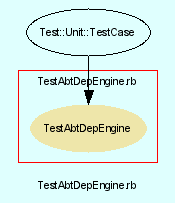
The Graphviz diagram src/trunk/doc/dot/f_9.png in eschabell/abtlinux, before a commit. Its source is kept beside it as src/trunk/doc/dot/f_9.dot.
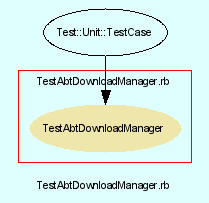
Later version of the same file.

Change to the diagram source:
```diff
@@ -3,24 +3,24 @@
     bgcolor = lightcyan1
     fontname = Arial
     fontsize = 8
-    label = "TestAbtDepEngine.rb"
+    label = "TestAbtDownloadManager.rb"
     node [
         fontname = Arial,
         fontsize = 8,
         color = black
     ]
 
-    subgraph cluster_9 {
+    subgraph cluster_10 {
         fontname = Arial
         color = red
-        label = "TestAbtDepEngine.rb"
-        TestAbtDepEngine [
+        label = "TestAbtDownloadManager.rb"
+        TestAbtDownloadManager [
             fontcolor = black,
-            URL = "classes/TestAbtDepEngine.html",
+            URL = "classes/TestAbtDownloadManager.html",
             shape = ellipse,
             color = palegoldenrod,
             style = filled,
-            label = "TestAbtDepEngine"
+            label = "TestAbtDownloadManager"
         ]
 
     }
@@ -30,7 +30,7 @@
         label = "Test::Unit::TestCase"
     ]
 
-    Test__Unit__TestCase -> TestAbtDepEngine [
+    Test__Unit__TestCase -> TestAbtDownloadManager [
 
     ]
 
```
